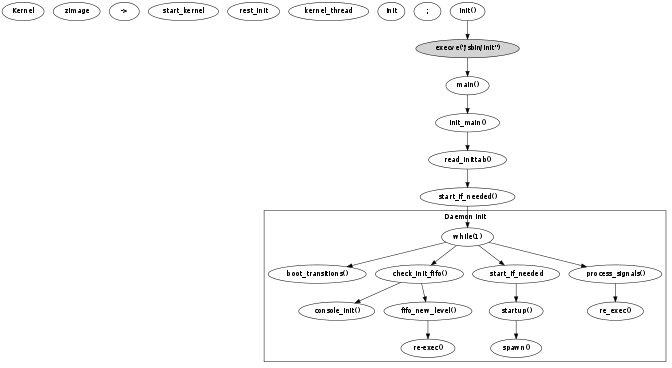
Before: pdf/figures/how-to-exec-init-1.png, a diagram exported from Graphviz (limingth/sysvinit). Its source is kept beside it as pdf/figures/how-to-exec-init-1.dot.
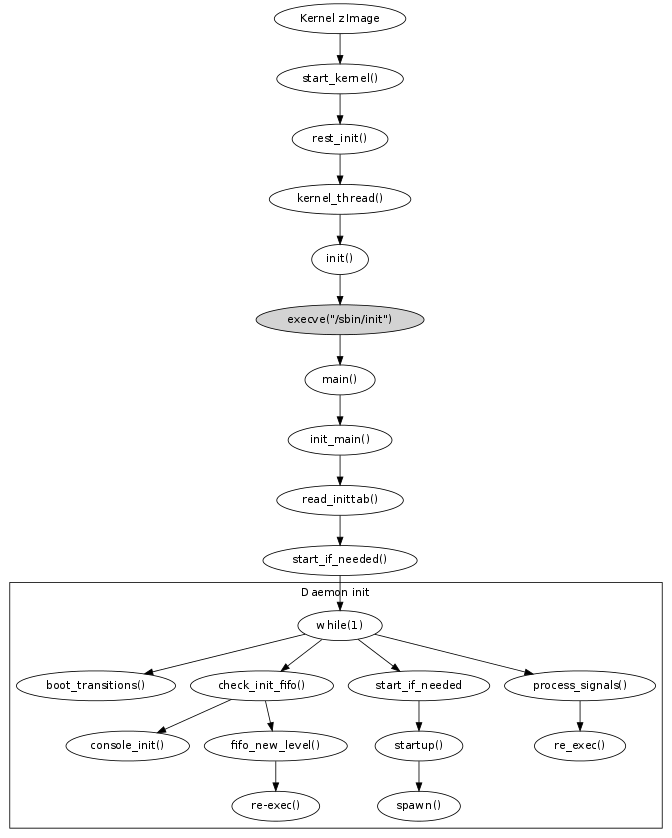
The same file after the commit.

What changed in the source:
```diff
@@ -1,8 +1,8 @@
 digraph G
 {
-	size = "7, 7";
+	size = "7, 10";
 
-	Kernel zImage" -> "start_kernel()" -> "rest_init()" -> "kernel_thread()" -> "init()";
+	"Kernel zImage" -> "start_kernel()" -> "rest_init()" -> "kernel_thread()" -> "init()";
 
 	"execve(\"/sbin/init\")"  [style = filled];
 	"init()" -> "execve(\"/sbin/init\")" -> "main()" -> "init_main()";
```
